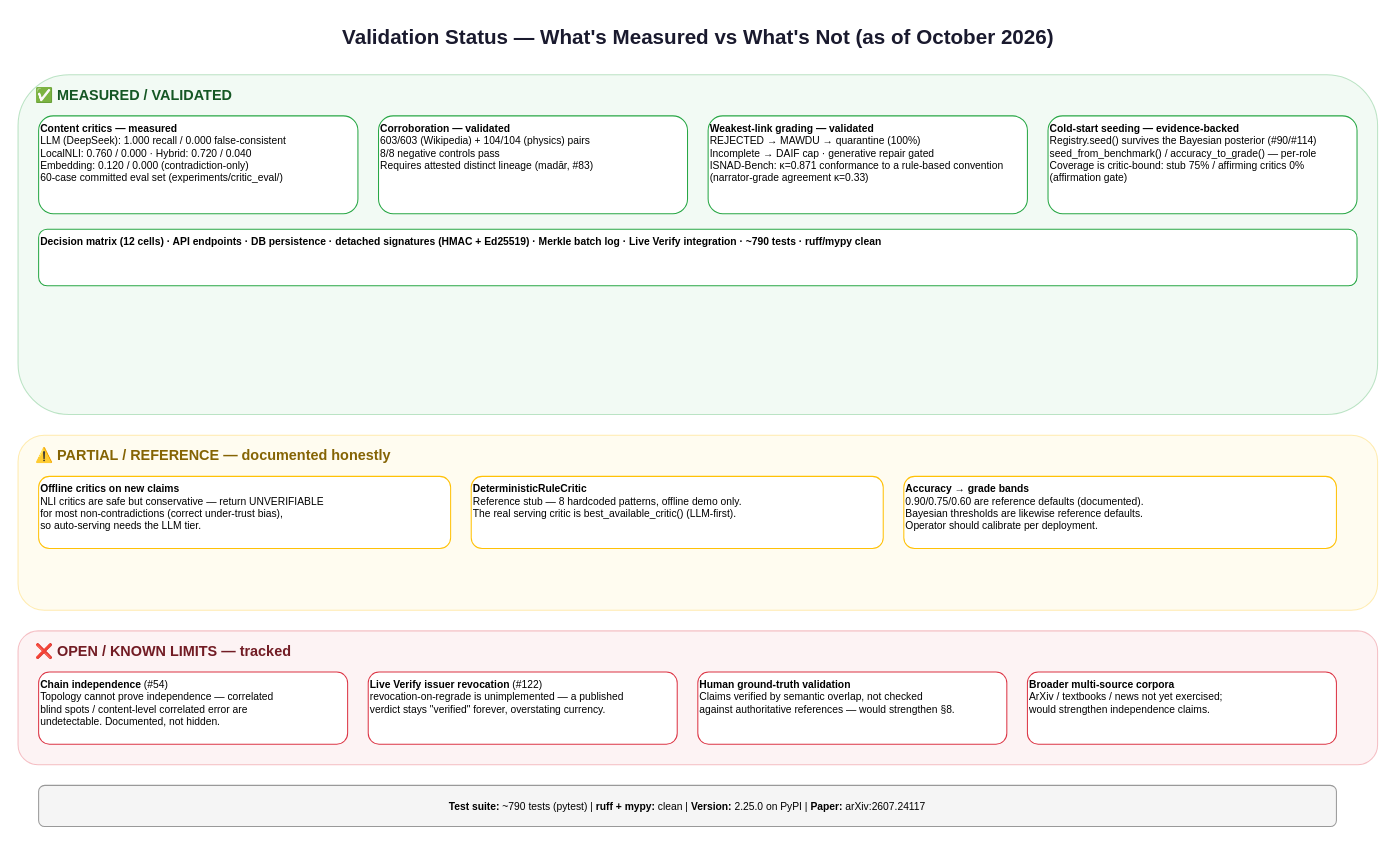
Earlier version of the draw.io diagram page "3. Validation Matrix" (3 of 3) of docs/ARCHITECTURE.drawio (alizahidraja/isnad). Source tidied: cells renumbered, new cells numbered last; positions are measured from the earlier drawing's top-left corner, leaving out a move shared by most shapes. Both pictures are drawn from the tidied source at 103%, with x=0, y=0 at pixel (18, 18).
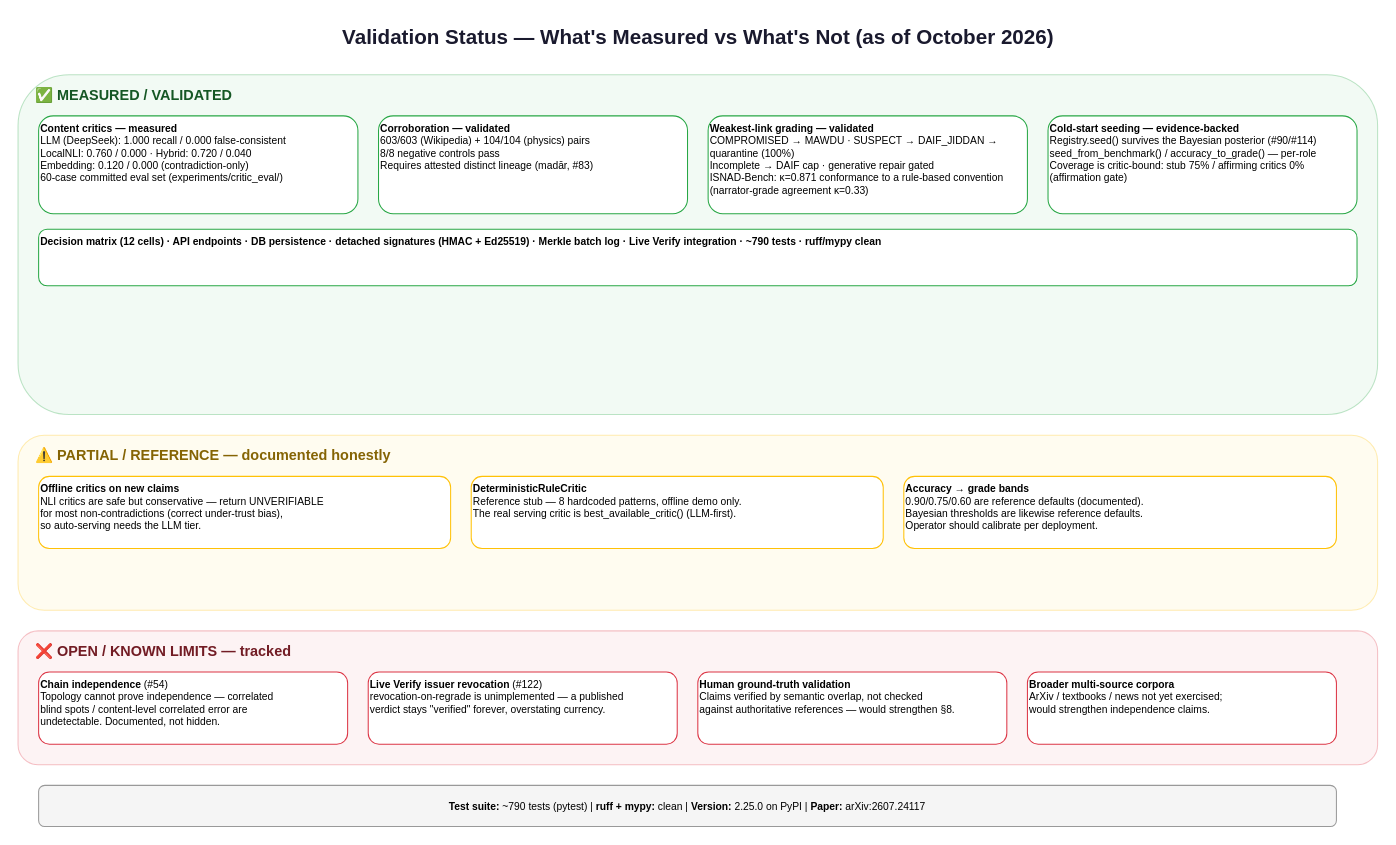
After the change.

What changed in the source:
```diff
@@
-    <mxCell id="7" value="&lt;b&gt;Weakest-link grading — validated&lt;/b&gt;&lt;br&gt;REJECTED → MAWDU → quarantine (100%)&lt;br&gt;Incomplete → DAIF cap · generative repair gated&lt;br&gt;ISNAD-Bench: κ=0.871 conformance to a rule-based convention&lt;br&gt;(narrator-grade agreement κ=0.33)" style="rounded=1;whiteSpace=wrap;html=1;fillColor=#ffffff;strokeColor=#28a745;fontSize=10;align=left;verticalAlign=top;" parent="1" vertex="1">
+    <mxCell id="7" value="&lt;b&gt;Weakest-link grading — validated&lt;/b&gt;&lt;br&gt;COMPROMISED → MAWDU · SUSPECT → DAIF_JIDDAN → quarantine (100%)&lt;br&gt;Incomplete → DAIF cap · generative repair gated&lt;br&gt;ISNAD-Bench: κ=0.871 conformance to a rule-based convention&lt;br&gt;(narrator-grade agreement κ=0.33)" style="rounded=1;whiteSpace=wrap;html=1;fillColor=#ffffff;strokeColor=#28a745;fontSize=10;align=left;verticalAlign=top;" parent="1" vertex="1">
       <mxGeometry x="670" y="95" width="310" height="95" as="geometry" />
     </mxCell>
```
